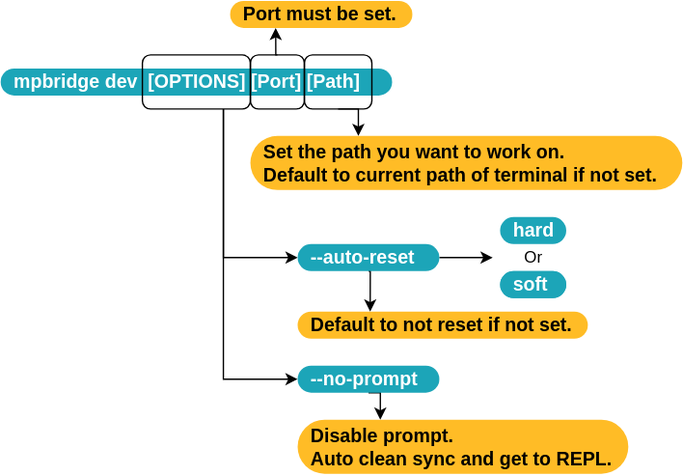
Earlier version of the draw.io export mpbridge.drawio.svg (Wind-stormger/mpbridge-drawio). Source tidied: cells renumbered, new cells last; positions are measured from the earlier drawing's top-left corner, leaving out a move shared by most shapes.
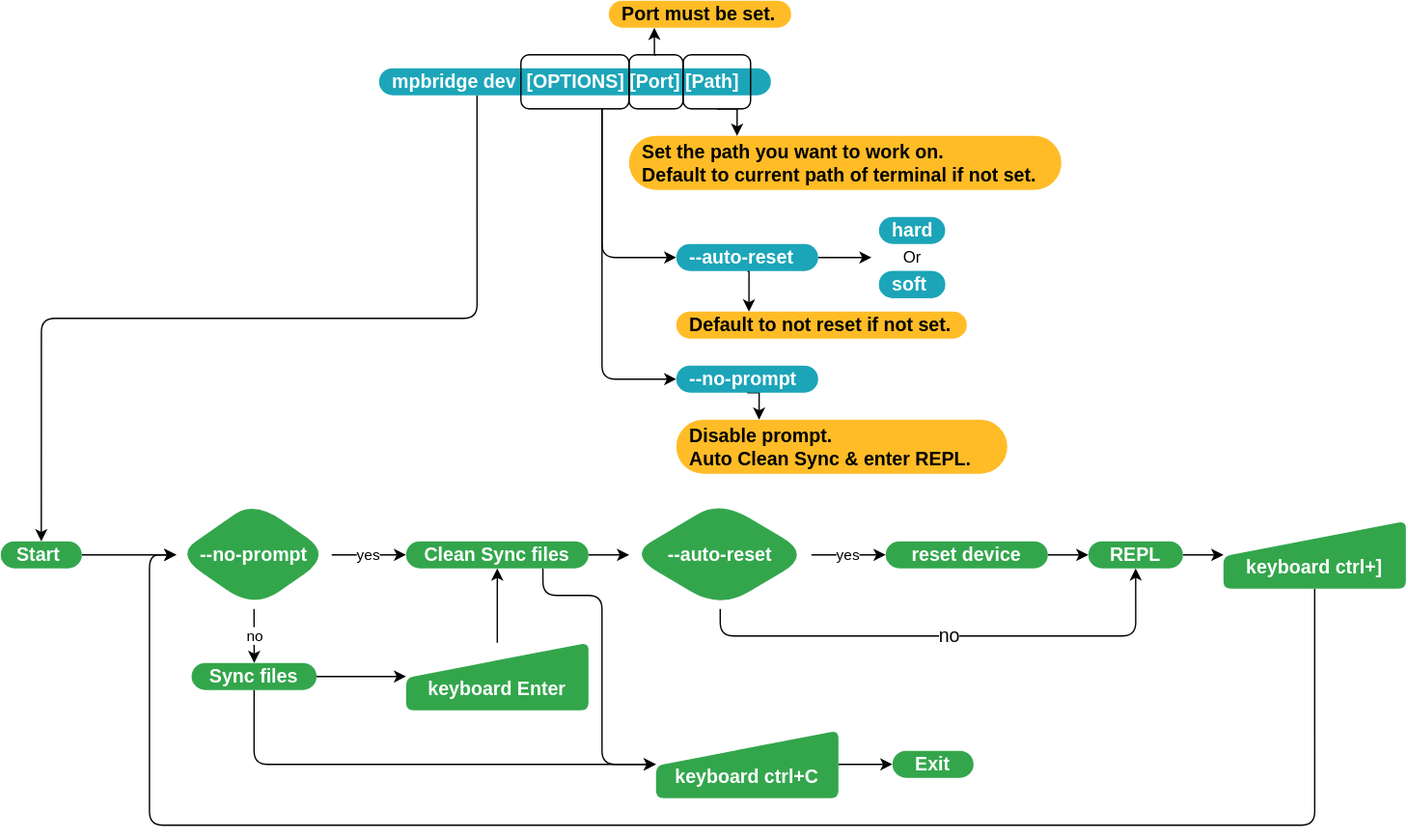
Later version of the same file.

The edit, as a diff of the source:
```diff
@@ -2,6 +2,9 @@
   <root>
     <mxCell id="0" />
     <mxCell id="1" parent="0" />
+    <mxCell id="25" style="edgeStyle=orthogonalEdgeStyle;rounded=1;jettySize=auto;html=1;exitX=0.25;exitY=1;exitDx=0;exitDy=0;entryX=0.5;entryY=0;entryDx=0;entryDy=0;labelBorderColor=none;fontSize=14;fontColor=#000000;" parent="1" edge="1" source="2" target="27">
+      <mxGeometry relative="1" as="geometry" />
+    </mxCell>
     <mxCell id="2" value="mpbridge dev&amp;nbsp; [OPTIONS]&amp;nbsp;[Port] [Path]" style="rounded=1;whiteSpace=wrap;html=1;arcSize=50;strokeColor=none;strokeWidth=1;fillColor=#1CA5B8;fontColor=#ffffff;whiteSpace=wrap;align=left;verticalAlign=middle;spacingLeft=0;fontStyle=1;fontSize=14;spacing=10;" parent="1" vertex="1">
       <mxGeometry y="50" width="290" height="20" as="geometry" />
     </mxCell>
@@ -23,14 +26,14 @@
     <mxCell id="8" style="rounded=1;whiteSpace=wrap;html=1;fillStyle=auto;fillColor=none;" parent="1" vertex="1">
       <mxGeometry x="225" y="40" width="50" height="40" as="geometry" />
     </mxCell>
-    <mxCell id="9" style="edgeStyle=orthogonalEdgeStyle;rounded=0;jettySize=auto;html=1;exitX=0.75;exitY=1;exitDx=0;exitDy=0;entryX=0;entryY=0.5;entryDx=0;entryDy=0;startArrow=none;" parent="1" edge="1" source="11" target="14">
+    <mxCell id="9" style="edgeStyle=orthogonalEdgeStyle;rounded=1;jettySize=auto;html=1;exitX=0.75;exitY=1;exitDx=0;exitDy=0;entryX=0;entryY=0.5;entryDx=0;entryDy=0;startArrow=none;" parent="1" edge="1" source="11" target="14">
       <mxGeometry relative="1" as="geometry">
         <Array as="points">
           <mxPoint x="165" y="190" />
         </Array>
       </mxGeometry>
     </mxCell>
-    <mxCell id="10" style="edgeStyle=orthogonalEdgeStyle;rounded=0;jettySize=auto;html=1;exitX=0.75;exitY=1;exitDx=0;exitDy=0;entryX=0;entryY=0.5;entryDx=0;entryDy=0;" parent="1" edge="1" source="11" target="23">
+    <mxCell id="10" style="edgeStyle=orthogonalEdgeStyle;rounded=1;jettySize=auto;html=1;exitX=0.75;exitY=1;exitDx=0;exitDy=0;entryX=0;entryY=0.5;entryDx=0;entryDy=0;" parent="1" edge="1" source="11" target="23">
       <mxGeometry relative="1" as="geometry" />
     </mxCell>
     <mxCell id="11" style="rounded=1;whiteSpace=wrap;html=1;fillStyle=auto;fillColor=none;" parent="1" vertex="1">
@@ -72,8 +75,95 @@
     <mxCell id="23" value="--no-prompt" style="rounded=1;whiteSpace=wrap;html=1;fontSize=14;align=left;fillColor=#1CA5B8;strokeColor=none;fontColor=#ffffff;arcSize=50;strokeWidth=1;spacingLeft=0;fontStyle=1;spacing=10;" parent="1" vertex="1">
       <mxGeometry x="220" y="270" width="105" height="20" as="geometry" />
     </mxCell>
-    <mxCell id="24" value="Disable prompt.&lt;br&gt;Auto clean sync and get to  REPL." style="rounded=1;whiteSpace=wrap;html=1;arcSize=50;strokeColor=none;strokeWidth=1;fillColor=#FFBC26;fontColor=#000000;whiteSpace=wrap;align=left;verticalAlign=middle;spacingLeft=0;fontStyle=1;fontSize=14;spacing=10;" parent="1" vertex="1">
+    <mxCell id="24" value="Disable prompt.&lt;br&gt;Auto&amp;nbsp;Clean Sync &amp;amp; enter&amp;nbsp;REPL." style="rounded=1;whiteSpace=wrap;html=1;arcSize=50;strokeColor=none;strokeWidth=1;fillColor=#FFBC26;fontColor=#000000;whiteSpace=wrap;align=left;verticalAlign=middle;spacingLeft=0;fontStyle=1;fontSize=14;spacing=10;" parent="1" vertex="1">
       <mxGeometry x="220" y="310" width="245" height="40" as="geometry" />
     </mxCell>
+    <mxCell id="26" style="edgeStyle=orthogonalEdgeStyle;rounded=1;jettySize=auto;html=1;" parent="1" edge="1" source="27" target="30">
+      <mxGeometry relative="1" as="geometry" />
+    </mxCell>
+    <mxCell id="27" value="Start&amp;nbsp;" style="rounded=1;whiteSpace=wrap;html=1;arcSize=50;strokeColor=none;strokeWidth=1;fillColor=#33A64C;fontColor=#FFFFFF;whiteSpace=wrap;align=center;verticalAlign=middle;spacingLeft=0;fontStyle=1;fontSize=14;spacing=10;fillStyle=auto;" parent="1" vertex="1">
+      <mxGeometry x="-280" y="400" width="60" height="20" as="geometry" />
+    </mxCell>
+    <mxCell id="28" value="yes" style="edgeStyle=orthogonalEdgeStyle;rounded=1;jettySize=auto;html=1;" parent="1" edge="1" source="30" target="33">
+      <mxGeometry relative="1" as="geometry" />
+    </mxCell>
+    <mxCell id="29" value="no" style="edgeStyle=orthogonalEdgeStyle;rounded=1;jettySize=auto;html=1;labelBorderColor=none;fontColor=default;" parent="1" edge="1" source="30" target="41">
+      <mxGeometry relative="1" as="geometry" />
+    </mxCell>
+    <mxCell id="30" value="--no-prompt" style="rhombus;whiteSpace=wrap;html=1;fontSize=14;fillColor=#33A64C;strokeColor=none;fontColor=#FFFFFF;rounded=1;arcSize=50;strokeWidth=1;spacingLeft=0;fontStyle=1;spacing=10;fillStyle=auto;" parent="1" vertex="1">
+      <mxGeometry x="-150" y="370" width="115" height="80" as="geometry" />
+    </mxCell>
+    <mxCell id="31" style="edgeStyle=orthogonalEdgeStyle;rounded=1;jettySize=auto;html=1;fontColor=#000000;" parent="1" edge="1" source="33" target="36">
+      <mxGeometry relative="1" as="geometry" />
+    </mxCell>
+    <mxCell id="32" style="edgeStyle=orthogonalEdgeStyle;rounded=1;jettySize=auto;html=1;exitX=0.75;exitY=1;exitDx=0;exitDy=0;entryX=0;entryY=0.5;entryDx=0;entryDy=0;labelBorderColor=none;fontSize=14;fontColor=#000000;" parent="1" edge="1" source="33" target="49">
+      <mxGeometry relative="1" as="geometry">
+        <Array as="points">
+          <mxPoint x="121" y="440" />
+          <mxPoint x="165" y="440" />
+          <mxPoint x="165" y="565" />
+        </Array>
+      </mxGeometry>
+    </mxCell>
+    <mxCell id="33" value="Clean Sync files" style="whiteSpace=wrap;html=1;fontSize=14;fillColor=#33A64C;strokeColor=none;fontColor=#FFFFFF;rounded=1;arcSize=50;strokeWidth=1;spacingLeft=0;fontStyle=1;spacing=10;fillStyle=auto;" parent="1" vertex="1">
+      <mxGeometry x="20" y="400" width="135" height="20" as="geometry" />
+    </mxCell>
+    <mxCell id="34" value="yes" style="edgeStyle=orthogonalEdgeStyle;rounded=1;jettySize=auto;html=1;fontColor=default;labelBorderColor=none;" parent="1" edge="1" source="36" target="38">
+      <mxGeometry relative="1" as="geometry" />
+    </mxCell>
+    <mxCell id="35" value="no" style="edgeStyle=orthogonalEdgeStyle;rounded=1;jettySize=auto;html=1;exitX=0.5;exitY=1;exitDx=0;exitDy=0;entryX=0.5;entryY=1;entryDx=0;entryDy=0;labelBorderColor=none;fontSize=14;fontColor=#000000;" parent="1" edge="1" source="36" target="45">
+      <mxGeometry relative="1" as="geometry" />
+    </mxCell>
+    <mxCell id="36" value="--auto-reset" style="rhombus;whiteSpace=wrap;html=1;fontSize=14;fillColor=#33A64C;strokeColor=none;fontColor=#FFFFFF;rounded=1;arcSize=50;strokeWidth=1;spacingLeft=0;fontStyle=1;spacing=10;fillStyle=auto;" parent="1" vertex="1">
+      <mxGeometry x="185" y="370" width="135" height="80" as="geometry" />
+    </mxCell>
+    <mxCell id="37" style="edgeStyle=orthogonalEdgeStyle;rounded=1;jettySize=auto;html=1;labelBorderColor=none;fontSize=14;fontColor=#FFFFFF;" parent="1" edge="1" source="38" target="45">
+      <mxGeometry relative="1" as="geometry" />
+    </mxCell>
+    <mxCell id="38" value="reset device" style="whiteSpace=wrap;html=1;fontSize=14;fillColor=#33A64C;strokeColor=none;fontColor=#FFFFFF;rounded=1;arcSize=50;strokeWidth=1;spacingLeft=0;fontStyle=1;spacing=10;fillStyle=auto;" parent="1" vertex="1">
+      <mxGeometry x="375" y="400" width="120" height="20" as="geometry" />
+    </mxCell>
+    <mxCell id="39" style="edgeStyle=orthogonalEdgeStyle;rounded=1;jettySize=auto;html=1;labelBorderColor=none;fontSize=14;fontColor=#FFFFFF;" parent="1" edge="1" source="41" target="43">
+      <mxGeometry relative="1" as="geometry" />
+    </mxCell>
+    <mxCell id="40" style="edgeStyle=orthogonalEdgeStyle;rounded=1;jettySize=auto;html=1;exitX=0.5;exitY=1;exitDx=0;exitDy=0;entryX=0;entryY=0.5;entryDx=0;entryDy=0;labelBorderColor=none;fontSize=14;fontColor=#000000;" parent="1" edge="1" source="41" target="49">
+      <mxGeometry relative="1" as="geometry" />
+    </mxCell>
+    <mxCell id="41" value="Sync files" style="rounded=1;whiteSpace=wrap;html=1;arcSize=50;strokeColor=none;strokeWidth=1;fillColor=#33A64C;fontColor=#FFFFFF;whiteSpace=wrap;align=center;verticalAlign=middle;spacingLeft=0;fontStyle=1;fontSize=14;spacing=10;fillStyle=auto;" parent="1" vertex="1">
+      <mxGeometry x="-138.8" y="490" width="92.5" height="20" as="geometry" />
+    </mxCell>
+    <mxCell id="42" style="edgeStyle=orthogonalEdgeStyle;rounded=1;jettySize=auto;html=1;labelBorderColor=none;fontSize=14;fontColor=#FFFFFF;" parent="1" edge="1" source="43" target="33">
+      <mxGeometry relative="1" as="geometry" />
+    </mxCell>
+    <mxCell id="43" value="&lt;font color=&quot;#ffffff&quot; style=&quot;font-size: 14px;&quot;&gt;&lt;b&gt;&amp;nbsp; &amp;nbsp; &amp;nbsp; &lt;br&gt;keyboard Enter&lt;/b&gt;&lt;/font&gt;" style="html=1;strokeWidth=2;shape=manualInput;whiteSpace=wrap;rounded=1;size=26;arcSize=11;fillStyle=auto;strokeColor=none;fillColor=#33a64c;" parent="1" vertex="1">
+      <mxGeometry x="20" y="475" width="135" height="50" as="geometry" />
+    </mxCell>
+    <mxCell id="44" style="edgeStyle=orthogonalEdgeStyle;rounded=1;jettySize=auto;html=1;labelBorderColor=none;fontSize=14;fontColor=#FFFFFF;" parent="1" edge="1" source="45" target="47">
+      <mxGeometry relative="1" as="geometry" />
+    </mxCell>
+    <mxCell id="45" value="REPL" style="whiteSpace=wrap;html=1;fontSize=14;fillColor=#33A64C;strokeColor=none;fontColor=#FFFFFF;rounded=1;arcSize=50;strokeWidth=1;spacingLeft=0;fontStyle=1;spacing=10;fillStyle=auto;" parent="1" vertex="1">
+      <mxGeometry x="525" y="400" width="70" height="20" as="geometry" />
+    </mxCell>
+    <mxCell id="46" style="edgeStyle=orthogonalEdgeStyle;rounded=1;jettySize=auto;html=1;exitX=0.5;exitY=1;exitDx=0;exitDy=0;entryX=0;entryY=0.5;entryDx=0;entryDy=0;labelBorderColor=none;fontSize=14;fontColor=#000000;" parent="1" edge="1" source="47" target="30">
+      <mxGeometry relative="1" as="geometry">
+        <Array as="points">
+          <mxPoint x="693" y="610" />
+          <mxPoint x="-170" y="610" />
+          <mxPoint x="-170" y="410" />
+        </Array>
+      </mxGeometry>
+    </mxCell>
+    <mxCell id="47" value="&lt;font color=&quot;#ffffff&quot; style=&quot;font-size: 14px;&quot;&gt;&lt;b&gt;&amp;nbsp; &amp;nbsp; &amp;nbsp; &lt;br&gt;keyboard ctrl+]&lt;/b&gt;&lt;/font&gt;" style="html=1;strokeWidth=2;shape=manualInput;whiteSpace=wrap;rounded=1;size=26;arcSize=11;fillStyle=auto;strokeColor=none;fillColor=#33a64c;" parent="1" vertex="1">
+      <mxGeometry x="625" y="385" width="135" height="50" as="geometry" />
+    </mxCell>
+    <mxCell id="48" style="edgeStyle=orthogonalEdgeStyle;rounded=1;jettySize=auto;html=1;exitX=1;exitY=0.5;exitDx=0;exitDy=0;entryX=0;entryY=0.5;entryDx=0;entryDy=0;labelBorderColor=none;fontSize=14;fontColor=#000000;" parent="1" edge="1" source="49" target="50">
+      <mxGeometry relative="1" as="geometry" />
+    </mxCell>
+    <mxCell id="49" value="&lt;font color=&quot;#ffffff&quot; style=&quot;font-size: 14px;&quot;&gt;&lt;b&gt;&amp;nbsp; &amp;nbsp; &amp;nbsp; &lt;br&gt;keyboard ctrl+C&lt;/b&gt;&lt;/font&gt;" style="html=1;strokeWidth=2;shape=manualInput;whiteSpace=wrap;rounded=1;size=26;arcSize=11;fillStyle=auto;strokeColor=none;fillColor=#33a64c;" parent="1" vertex="1">
+      <mxGeometry x="205" y="540" width="135" height="50" as="geometry" />
+    </mxCell>
+    <mxCell id="50" value="Exit" style="rounded=1;whiteSpace=wrap;html=1;arcSize=50;strokeColor=none;strokeWidth=1;fillColor=#33A64C;fontColor=#FFFFFF;whiteSpace=wrap;align=center;verticalAlign=middle;spacingLeft=0;fontStyle=1;fontSize=14;spacing=10;fillStyle=auto;" parent="1" vertex="1">
+      <mxGeometry x="380" y="555" width="60" height="20" as="geometry" />
+    </mxCell>
   </root>
 </mxGraphModel>
```
